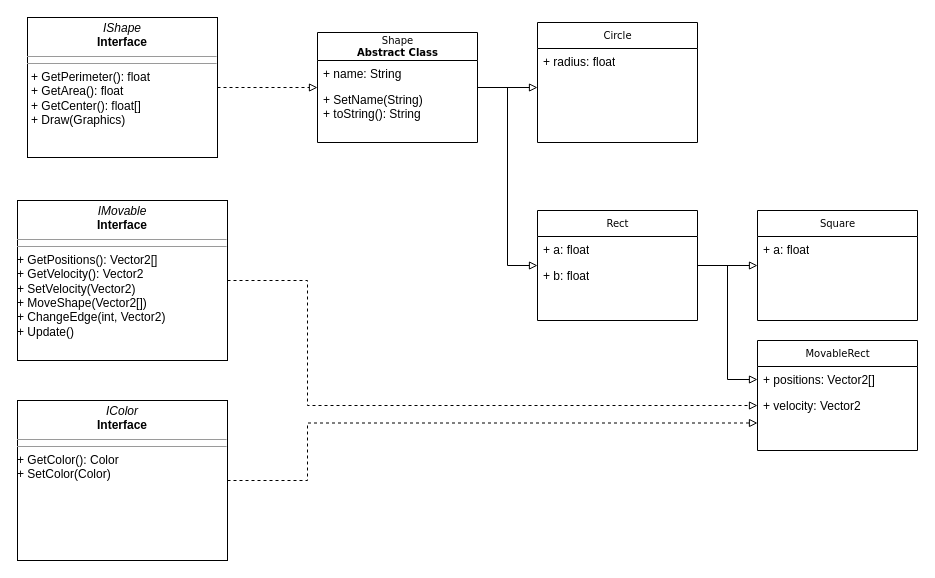
This is Graphs/Prac1.drawio from kremnev8/JavaStudy, a draw.io file, before an edit. Source tidied: cells renumbered, new cells numbered last; positions are measured from the earlier drawing's top-left corner, leaving out a move shared by most shapes. Both pictures are drawn from the tidied source at 100%, with x=0, y=0 at pixel (17, 17).
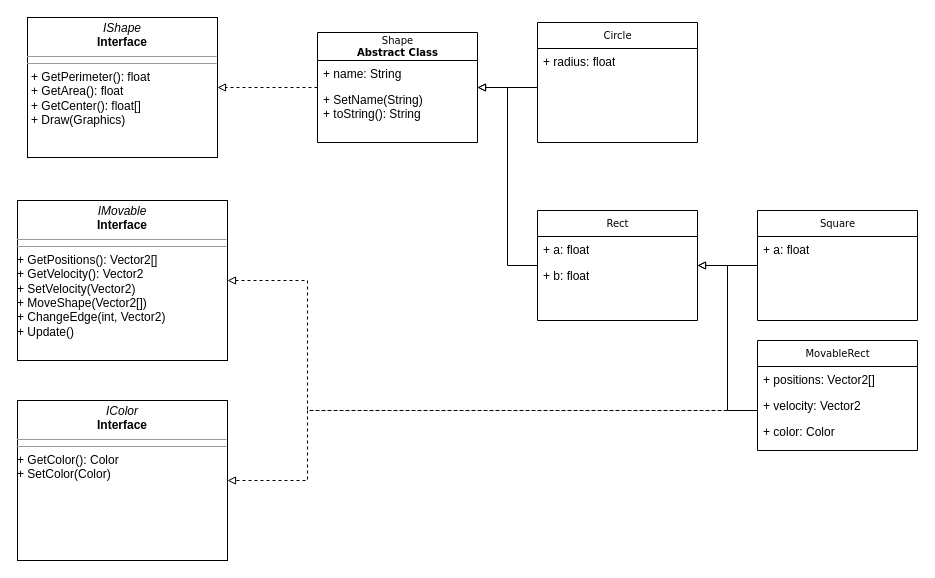
The same diagram, later.

Unchanged cells that the change refers to:
```xml
<mxCell id="2" value="&lt;p style=&quot;margin: 0px ; margin-top: 4px ; text-align: center&quot;&gt;&lt;i&gt;IShape&lt;/i&gt;&lt;br&gt;&lt;b&gt;Interface&lt;/b&gt;&lt;/p&gt;&lt;hr size=&quot;1&quot;&gt;&lt;hr size=&quot;1&quot;&gt;&lt;p style=&quot;margin: 0px ; margin-left: 4px&quot;&gt;+ GetPerimeter(): float&lt;br&gt;+ GetArea(): float&lt;br&gt;&lt;/p&gt;&lt;p style=&quot;margin: 0px ; margin-left: 4px&quot;&gt;+ GetCenter(): float[]&lt;/p&gt;&lt;p style=&quot;margin: 0px ; margin-left: 4px&quot;&gt;+ Draw(Graphics)&lt;br&gt;&lt;/p&gt;" style="verticalAlign=top;align=left;overflow=fill;fontSize=12;fontFamily=Helvetica;html=1;rounded=0;shadow=0;comic=0;labelBackgroundColor=none;strokeWidth=1;" parent="1" vertex="1">
  <mxGeometry x="10" width="190" height="140" as="geometry" />
</mxCell>
<mxCell id="4" value="&lt;p style=&quot;margin: 0px ; margin-top: 4px ; text-align: center&quot;&gt;&lt;i&gt;IMovable&lt;/i&gt;&lt;br&gt;&lt;b&gt;Interface&lt;/b&gt;&lt;/p&gt;&lt;hr size=&quot;1&quot;&gt;&lt;hr size=&quot;1&quot;&gt;+ GetPositions(): Vector2[]&lt;br&gt;+ GetVelocity(): Vector2&lt;br&gt;+ SetVelocity(Vector2)&lt;br&gt;+ MoveShape(Vector2[])&lt;br&gt;+ ChangeEdge(int, Vector2)&lt;br&gt;+ Update()" style="verticalAlign=top;align=left;overflow=fill;fontSize=12;fontFamily=Helvetica;html=1;rounded=0;shadow=0;comic=0;labelBackgroundColor=none;strokeWidth=1;" parent="1" vertex="1">
  <mxGeometry y="183" width="210" height="160" as="geometry" />
</mxCell>
<mxCell id="7" value="&lt;div&gt;Shape&lt;/div&gt;&lt;div&gt;&lt;b&gt;Abstract Class&lt;/b&gt;&lt;/div&gt;" style="swimlane;html=1;fontStyle=0;horizontal=1;startSize=28;fillColor=none;swimlaneFillColor=#ffffff;rounded=0;shadow=0;comic=0;labelBackgroundColor=none;strokeWidth=1;fontFamily=Verdana;fontSize=10;align=center;" parent="1" vertex="1">
  <mxGeometry x="300" y="15" width="160" height="110" as="geometry" />
</mxCell>
<mxCell id="15" value="Rect" style="swimlane;html=1;fontStyle=0;horizontal=1;startSize=26;fillColor=none;swimlaneFillColor=#ffffff;rounded=0;shadow=0;comic=0;labelBackgroundColor=none;strokeWidth=1;fontFamily=Verdana;fontSize=10;align=center;" parent="1" vertex="1">
  <mxGeometry x="520" y="193" width="160" height="110" as="geometry" />
</mxCell>
<mxCell id="18" value="Square" style="swimlane;html=1;fontStyle=0;horizontal=1;startSize=26;fillColor=none;swimlaneFillColor=#ffffff;rounded=0;shadow=0;comic=0;labelBackgroundColor=none;strokeWidth=1;fontFamily=Verdana;fontSize=10;align=center;" parent="1" vertex="1">
  <mxGeometry x="740" y="193" width="160" height="110" as="geometry" />
</mxCell>
<mxCell id="20" value="MovableRect" style="swimlane;html=1;fontStyle=0;horizontal=1;startSize=26;fillColor=none;swimlaneFillColor=#ffffff;rounded=0;shadow=0;comic=0;labelBackgroundColor=none;strokeWidth=1;fontFamily=Verdana;fontSize=10;align=center;" parent="1" vertex="1">
  <mxGeometry x="740" y="323" width="160" height="110" as="geometry" />
</mxCell>
<mxCell id="21" value="+ positions: Vector2[]" style="text;html=1;strokeColor=none;fillColor=none;align=left;verticalAlign=top;spacingLeft=4;spacingRight=4;whiteSpace=wrap;overflow=hidden;points=[[0,0.5],[1,0.5]];portConstraint=eastwest;" parent="20" vertex="1">
  <mxGeometry y="26" width="160" height="26" as="geometry" />
</mxCell>
<mxCell id="22" value="+ velocity: Vector2" style="text;html=1;strokeColor=none;fillColor=none;align=left;verticalAlign=top;spacingLeft=4;spacingRight=4;whiteSpace=wrap;overflow=hidden;points=[[0,0.5],[1,0.5]];portConstraint=eastwest;" parent="20" vertex="1">
  <mxGeometry y="52" width="160" height="26" as="geometry" />
</mxCell>
<mxCell id="24" value="&lt;p style=&quot;margin: 0px ; margin-top: 4px ; text-align: center&quot;&gt;&lt;i&gt;IColor&lt;/i&gt;&lt;br&gt;&lt;b&gt;Interface&lt;/b&gt;&lt;/p&gt;&lt;hr size=&quot;1&quot;&gt;&lt;hr size=&quot;1&quot;&gt;+ GetColor(): Color&lt;br&gt;+ SetColor(Color)" style="verticalAlign=top;align=left;overflow=fill;fontSize=12;fontFamily=Helvetica;html=1;rounded=0;shadow=0;comic=0;labelBackgroundColor=none;strokeWidth=1;" parent="1" vertex="1">
  <mxGeometry y="383" width="210" height="160" as="geometry" />
</mxCell>
```

Change to the diagram source:
```diff
@@
-    <mxCell id="3" style="edgeStyle=orthogonalEdgeStyle;rounded=0;jettySize=auto;html=1;endArrow=block;endFill=0;dashed=1;entryX=0;entryY=0.5;entryDx=0;entryDy=0;" parent="1" edge="1" source="4" target="22">
-      <mxGeometry relative="1" as="geometry">
-        <Array as="points">
-          <mxPoint x="290" y="263" />
-          <mxPoint x="290" y="388" />
-        </Array>
-      </mxGeometry>
-    </mxCell>
@@
-    <mxCell id="5" style="endArrow=block;html=1;entryX=0;entryY=0.5;entryDx=0;entryDy=0;exitX=1;exitY=0.5;exitDx=0;exitDy=0;endFill=0;" parent="1" edge="1" source="15" target="18">
+    <mxCell id="5" style="endArrow=block;html=1;entryX=1;entryY=0.5;entryDx=0;entryDy=0;exitX=0;exitY=0.5;exitDx=0;exitDy=0;endFill=0;" parent="1" edge="1" source="18" target="15">
       <mxGeometry relative="1" as="geometry" />
     </mxCell>
-    <mxCell id="6" style="endArrow=block;html=1;exitX=1;exitY=0.5;exitDx=0;exitDy=0;entryX=0;entryY=0.5;entryDx=0;entryDy=0;dashed=1;endFill=0;" parent="1" edge="1" source="2" target="7">
+    <mxCell id="6" style="endArrow=block;html=1;exitX=0;exitY=0.5;exitDx=0;exitDy=0;entryX=1;entryY=0.5;entryDx=0;entryDy=0;dashed=1;endFill=0;" parent="1" edge="1" source="7" target="2">
       <mxGeometry relative="1" as="geometry" />
     </mxCell>
@@
-    <mxCell id="10" style="endArrow=block;html=1;exitX=1;exitY=0.5;exitDx=0;exitDy=0;entryX=0;entryY=0.5;entryDx=0;entryDy=0;endFill=0;rounded=0;" parent="1" edge="1" source="7" target="15">
+    <mxCell id="10" style="endArrow=block;html=1;exitX=0;exitY=0.5;exitDx=0;exitDy=0;entryX=1;entryY=0.5;entryDx=0;entryDy=0;endFill=0;rounded=0;" parent="1" edge="1" source="15" target="7">
       <mxGeometry relative="1" as="geometry">
         <Array as="points">
+          <mxPoint x="490" y="248" />
           <mxPoint x="490" y="70" />
-          <mxPoint x="490" y="248" />
         </Array>
       </mxGeometry>
     </mxCell>
-    <mxCell id="11" style="endArrow=block;html=1;entryX=0;entryY=0.5;entryDx=0;entryDy=0;exitX=1;exitY=0.5;exitDx=0;exitDy=0;rounded=0;endFill=0;" parent="1" edge="1" source="7">
+    <mxCell id="11" style="endArrow=block;html=1;entryX=1;entryY=0.5;entryDx=0;entryDy=0;exitX=1;exitY=0.5;exitDx=0;exitDy=0;rounded=0;endFill=0;" parent="1" edge="1" target="7">
       <mxGeometry relative="1" as="geometry">
-        <mxPoint x="520" y="70" as="targetPoint" />
+        <mxPoint x="520" y="70" as="sourcePoint" />
       </mxGeometry>
     </mxCell>
@@
-    <mxCell id="14" style="edgeStyle=orthogonalEdgeStyle;rounded=0;jettySize=auto;html=1;entryX=0;entryY=0.5;entryDx=0;entryDy=0;endArrow=block;endFill=0;" parent="1" edge="1" source="15" target="21">
-      <mxGeometry relative="1" as="geometry">
-        <Array as="points">
-          <mxPoint x="710" y="248" />
-          <mxPoint x="710" y="362" />
-        </Array>
-      </mxGeometry>
-    </mxCell>
@@
+    <mxCell id="25" value="+ color: Color" style="text;html=1;strokeColor=none;fillColor=none;align=left;verticalAlign=top;spacingLeft=4;spacingRight=4;whiteSpace=wrap;overflow=hidden;" parent="20" vertex="1">
+      <mxGeometry y="78" width="160" height="26" as="geometry" />
+    </mxCell>
-    <mxCell id="23" style="edgeStyle=orthogonalEdgeStyle;rounded=0;jettySize=auto;html=1;entryX=0;entryY=0.75;entryDx=0;entryDy=0;dashed=1;endArrow=block;endFill=0;" parent="1" edge="1" source="24" target="20">
+    <mxCell id="23" style="edgeStyle=orthogonalEdgeStyle;rounded=0;jettySize=auto;html=1;dashed=1;endArrow=block;endFill=0;" parent="1" edge="1" target="24">
       <mxGeometry relative="1" as="geometry">
+        <mxPoint x="740" y="393" as="sourcePoint" />
         <Array as="points">
+          <mxPoint x="290" y="393" />
           <mxPoint x="290" y="463" />
-          <mxPoint x="290" y="406" />
         </Array>
       </mxGeometry>
     </mxCell>
@@
+    <mxCell id="14" style="edgeStyle=orthogonalEdgeStyle;rounded=0;jettySize=auto;html=1;endArrow=block;endFill=0;exitX=0;exitY=0.5;exitDx=0;exitDy=0;" parent="1" edge="1" source="22" target="15">
+      <mxGeometry relative="1" as="geometry">
+        <Array as="points">
+          <mxPoint x="740" y="393" />
+          <mxPoint x="710" y="393" />
+          <mxPoint x="710" y="248" />
+        </Array>
+      </mxGeometry>
+    </mxCell>
+    <mxCell id="3" style="edgeStyle=orthogonalEdgeStyle;rounded=0;jettySize=auto;html=1;endArrow=block;endFill=0;dashed=1;exitX=0;exitY=0.5;exitDx=0;exitDy=0;" parent="1" edge="1" source="22" target="4">
+      <mxGeometry relative="1" as="geometry">
+        <Array as="points">
+          <mxPoint x="740" y="393" />
+          <mxPoint x="290" y="393" />
+          <mxPoint x="290" y="263" />
+        </Array>
+      </mxGeometry>
+    </mxCell>
```
